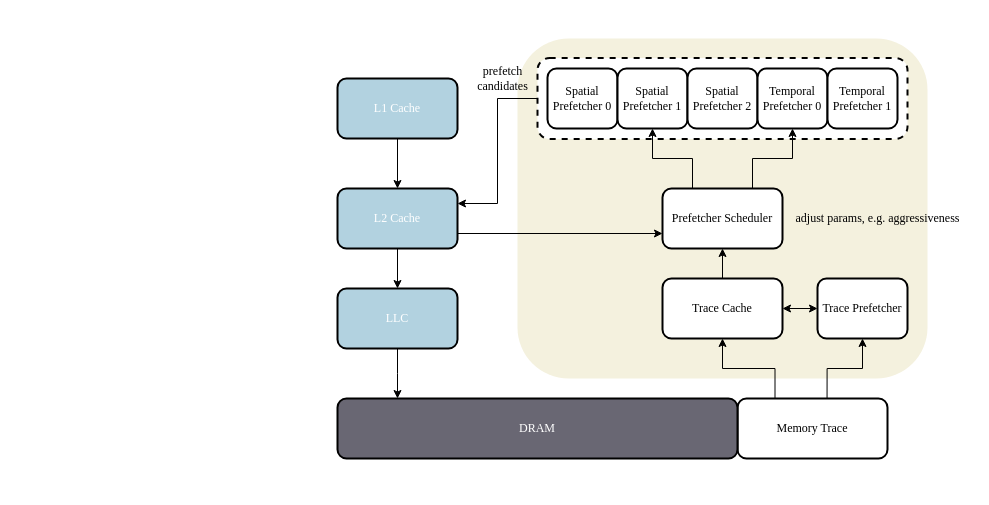
Before: page "Page-6" (6 of 7) of paper Diagram.drawio in miaochenlu/Draw, a draw.io diagram. Source tidied: cells renumbered, new cells numbered last; positions are measured from the earlier drawing's top-left corner, leaving out a move shared by most shapes. Both pictures are drawn from the tidied source at 100%, with x=0, y=0 at pixel (337, 38).
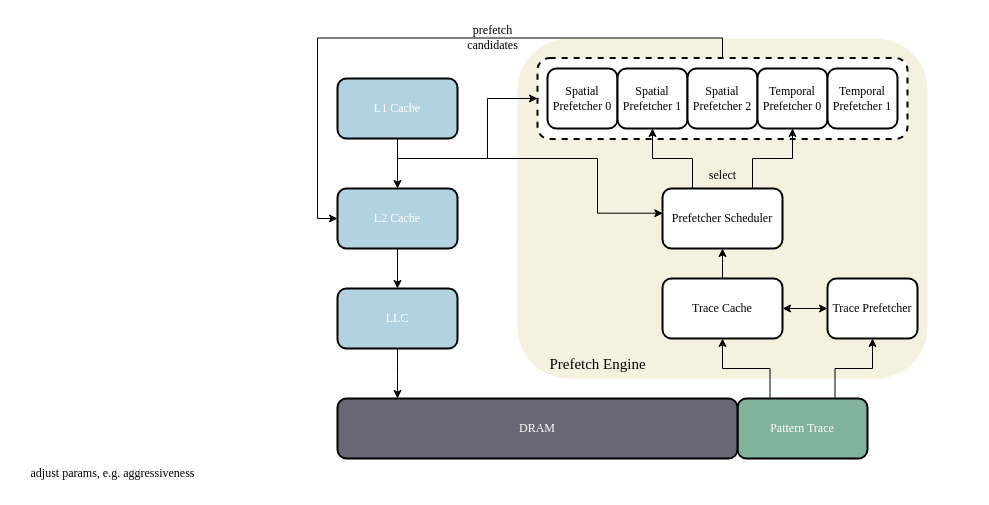
After the change.

Unchanged cells that the change refers to:
```xml
<mxCell id="3" style="rounded=1;whiteSpace=wrap;html=1;strokeWidth=2;fontFamily=Times New Roman;dashed=1;" parent="1" vertex="1">
  <mxGeometry x="200" y="19.5" width="370" height="81" as="geometry" />
</mxCell>
<mxCell id="11" value="Prefetcher Scheduler" style="rounded=1;whiteSpace=wrap;html=1;strokeWidth=2;fontFamily=Times New Roman;" parent="1" vertex="1">
  <mxGeometry x="325" y="150" width="120" height="60" as="geometry" />
</mxCell>
<mxCell id="19" value="&lt;font color=&quot;#ffffff&quot;&gt;L2 Cache&lt;/font&gt;" style="rounded=1;whiteSpace=wrap;html=1;strokeWidth=2;fillColor=#b2d2e0;fontFamily=Times New Roman;" parent="1" vertex="1">
  <mxGeometry y="150" width="120" height="60" as="geometry" />
</mxCell>
```

Change to the diagram source:
```diff
@@
-    <mxCell id="5" style="edgeStyle=orthogonalEdgeStyle;rounded=0;jettySize=auto;html=1;fontFamily=Times New Roman;exitX=0.597;exitY=-0.003;exitDx=0;exitDy=0;exitPerimeter=0;" parent="1" edge="1" source="15" target="7">
+    <mxCell id="5" style="edgeStyle=orthogonalEdgeStyle;rounded=0;jettySize=auto;html=1;fontFamily=Times New Roman;exitX=0.75;exitY=0;exitDx=0;exitDy=0;" parent="1" edge="1" source="15" target="7">
       <mxGeometry relative="1" as="geometry" />
     </mxCell>
@@
     <mxCell id="7" value="Trace Prefetcher" style="rounded=1;whiteSpace=wrap;html=1;strokeWidth=2;fontFamily=Times New Roman;" parent="1" vertex="1">
-      <mxGeometry x="480" y="240" width="90" height="60" as="geometry" />
+      <mxGeometry x="490" y="240" width="90" height="60" as="geometry" />
     </mxCell>
-    <mxCell id="8" style="edgeStyle=orthogonalEdgeStyle;rounded=0;jettySize=auto;html=1;exitX=0;exitY=0.75;exitDx=0;exitDy=0;strokeWidth=1;fontFamily=Times New Roman;fontColor=#000000;startArrow=classic;startFill=1;endArrow=none;endFill=0;entryX=1;entryY=0.75;entryDx=0;entryDy=0;" parent="1" edge="1" source="11" target="19">
-      <mxGeometry relative="1" as="geometry" />
+    <mxCell id="8" style="edgeStyle=orthogonalEdgeStyle;rounded=0;jettySize=auto;html=1;exitX=0.003;exitY=0.412;exitDx=0;exitDy=0;strokeWidth=1;fontFamily=Times New Roman;fontColor=#000000;startArrow=classic;startFill=1;endArrow=none;endFill=0;exitPerimeter=0;" parent="1" edge="1" source="11">
+      <mxGeometry relative="1" as="geometry">
+        <mxPoint x="60" y="130" as="targetPoint" />
+        <Array as="points">
+          <mxPoint x="260" y="175" />
+          <mxPoint x="260" y="120" />
+          <mxPoint x="60" y="120" />
+        </Array>
+      </mxGeometry>
     </mxCell>
@@
-    <mxCell id="15" value="Memory Trace" style="rounded=1;whiteSpace=wrap;html=1;strokeWidth=2;fontFamily=Times New Roman;" parent="1" vertex="1">
-      <mxGeometry x="400" y="360" width="150" height="60" as="geometry" />
+    <mxCell id="15" value="&lt;font color=&quot;#ffffff&quot;&gt;Pattern Trace&lt;/font&gt;" style="rounded=1;whiteSpace=wrap;html=1;strokeWidth=2;fontFamily=Times New Roman;fillColor=#81B29A;" parent="1" vertex="1">
+      <mxGeometry x="400" y="360" width="130" height="60" as="geometry" />
     </mxCell>
@@
-    <mxCell id="18" style="edgeStyle=orthogonalEdgeStyle;rounded=0;jettySize=auto;html=1;exitX=1;exitY=0.25;exitDx=0;exitDy=0;entryX=0;entryY=0.5;entryDx=0;entryDy=0;strokeWidth=1;fontFamily=Times New Roman;fontColor=#000000;startArrow=classic;startFill=1;endArrow=none;endFill=0;" parent="1" edge="1" source="19" target="3">
+    <mxCell id="18" style="edgeStyle=orthogonalEdgeStyle;rounded=0;jettySize=auto;html=1;exitX=0;exitY=0.5;exitDx=0;exitDy=0;entryX=0.5;entryY=0;entryDx=0;entryDy=0;strokeWidth=1;fontFamily=Times New Roman;fontColor=#000000;startArrow=classic;startFill=1;endArrow=none;endFill=0;" parent="1" edge="1" source="19" target="3">
       <mxGeometry relative="1" as="geometry" />
     </mxCell>
@@
     <mxCell id="28" value="adjust params, e.g. aggressiveness&lt;br&gt;" style="text;html=1;align=center;verticalAlign=middle;strokeColor=none;fillColor=none;fontFamily=Times New Roman;fontColor=#000000;" parent="1" vertex="1">
-      <mxGeometry x="445" y="165" width="190" height="30" as="geometry" />
+      <mxGeometry x="-320" y="420" width="190" height="30" as="geometry" />
     </mxCell>
     <mxCell id="29" value="prefetch &lt;br&gt;candidates" style="text;html=1;align=center;verticalAlign=middle;strokeColor=none;fillColor=none;fontFamily=Times New Roman;fontColor=#000000;" parent="1" vertex="1">
-      <mxGeometry x="130" y="19.5" width="70" height="40" as="geometry" />
+      <mxGeometry x="120" y="-21" width="70" height="40" as="geometry" />
     </mxCell>
+    <mxCell id="30" value="&lt;font color=&quot;#000000&quot; style=&quot;font-size: 15px;&quot;&gt;Prefetch Engine&lt;/font&gt;" style="text;html=1;align=center;verticalAlign=middle;strokeColor=none;fillColor=none;fontFamily=Times New Roman;fontColor=#ffffff;fontSize=15;" parent="1" vertex="1">
+      <mxGeometry x="200" y="310" width="120" height="30" as="geometry" />
+    </mxCell>
+    <mxCell id="31" style="edgeStyle=orthogonalEdgeStyle;rounded=0;jettySize=auto;html=1;entryX=0;entryY=0.5;entryDx=0;entryDy=0;strokeWidth=1;fontFamily=Times New Roman;fontColor=#000000;startArrow=none;startFill=0;endArrow=classic;endFill=1;" parent="1" edge="1" target="3">
+      <mxGeometry relative="1" as="geometry">
+        <mxPoint x="150" y="120" as="sourcePoint" />
+        <Array as="points">
+          <mxPoint x="150" y="60" />
+        </Array>
+      </mxGeometry>
+    </mxCell>
+    <mxCell id="32" value="&lt;font style=&quot;font-size: 12px;&quot;&gt;select&lt;/font&gt;" style="text;html=1;align=center;verticalAlign=middle;strokeColor=none;fillColor=none;fontSize=15;fontFamily=Times New Roman;fontColor=#000000;" parent="1" vertex="1">
+      <mxGeometry x="360" y="120" width="50" height="30" as="geometry" />
+    </mxCell>
```
